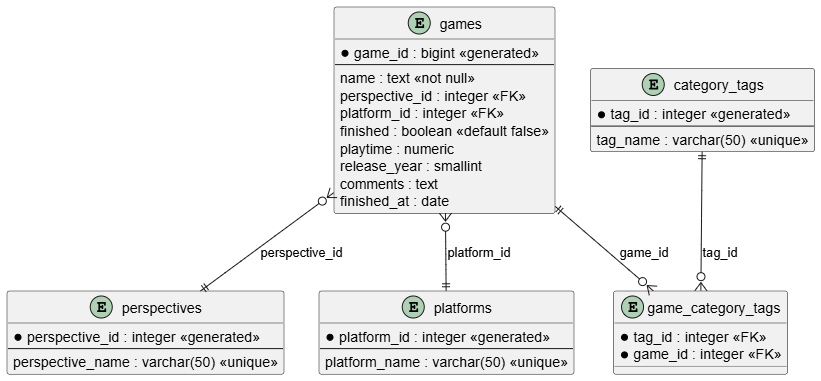
Above: utils/assets/erd_diagram.png in thjunge11/simpleFlaskWebApp (PlantUML), before the change. Its source is kept beside it as utils/erd_diagram.puml.
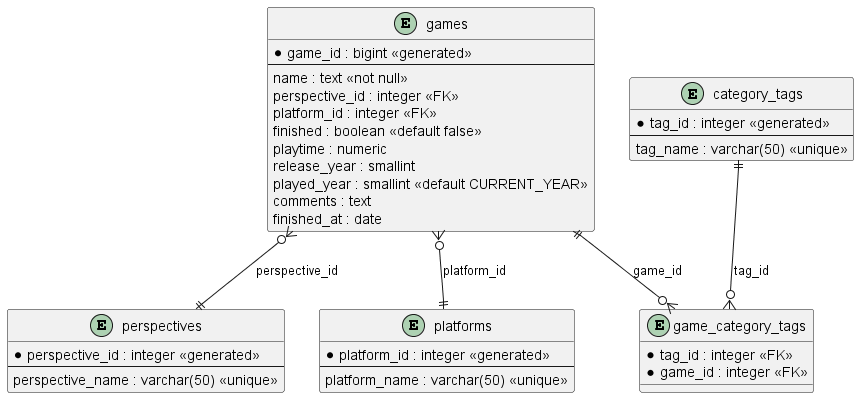
After the change.

The edit, as a diff of the source:
```diff
@@ -9,6 +9,7 @@
   finished : boolean <<default false>>
   playtime : numeric
   release_year : smallint
+  played_year : smallint <<default CURRENT_YEAR>>
   comments : text
   finished_at : date
 }
@@ -36,9 +37,19 @@
   *game_id : integer <<FK>>
 }
 
+entity "land_game_release_dates" as land_game_release_dates {
+  *game_id : integer
+  --
+  name : varchar(255)
+  release_date : date
+  error : boolean
+  log : text
+}
+
 games }o--|| perspectives : "perspective_id"
 games }o--|| platforms : "platform_id"
 games ||--o{ game_category_tags : "game_id"
 category_tags ||--o{ game_category_tags : "tag_id"
+games ..o| land_game_release_dates : "game_id (staging)"
 
 @enduml
```
